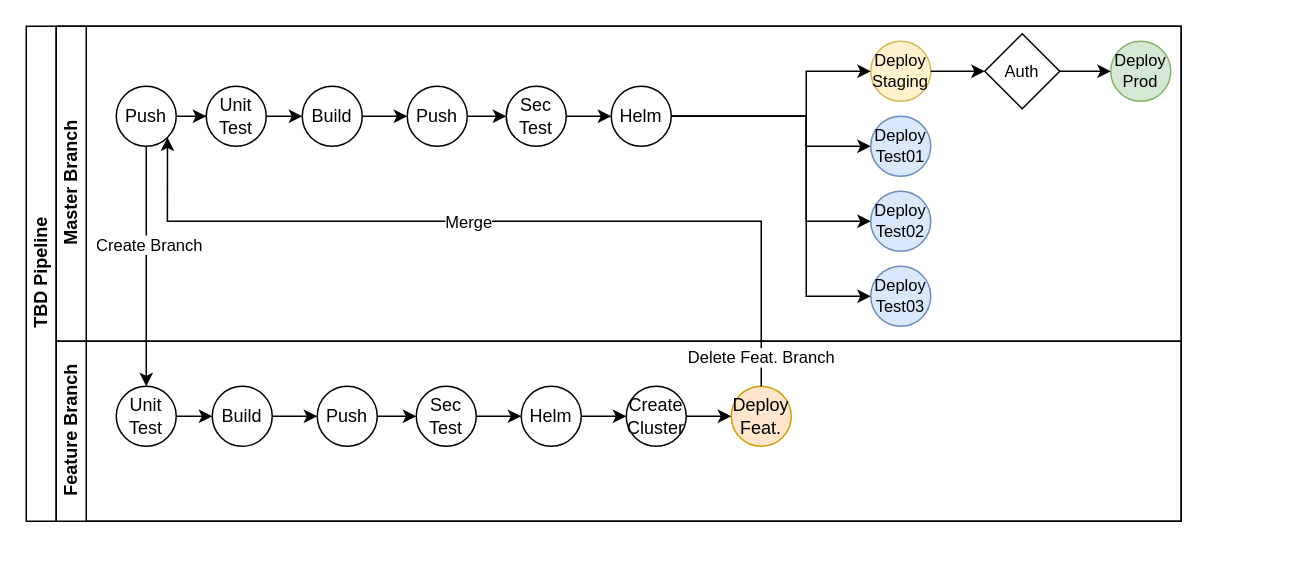
Above: tbd-process-v1.drawio in alexismaior/diagrams (draw.io), before the change. Source tidied: cells renumbered, new cells numbered last; positions are measured from the earlier drawing's top-left corner, leaving out a move shared by most shapes. Both pictures are drawn from the tidied source at 150%, with x=0, y=0 at pixel (26, 26).
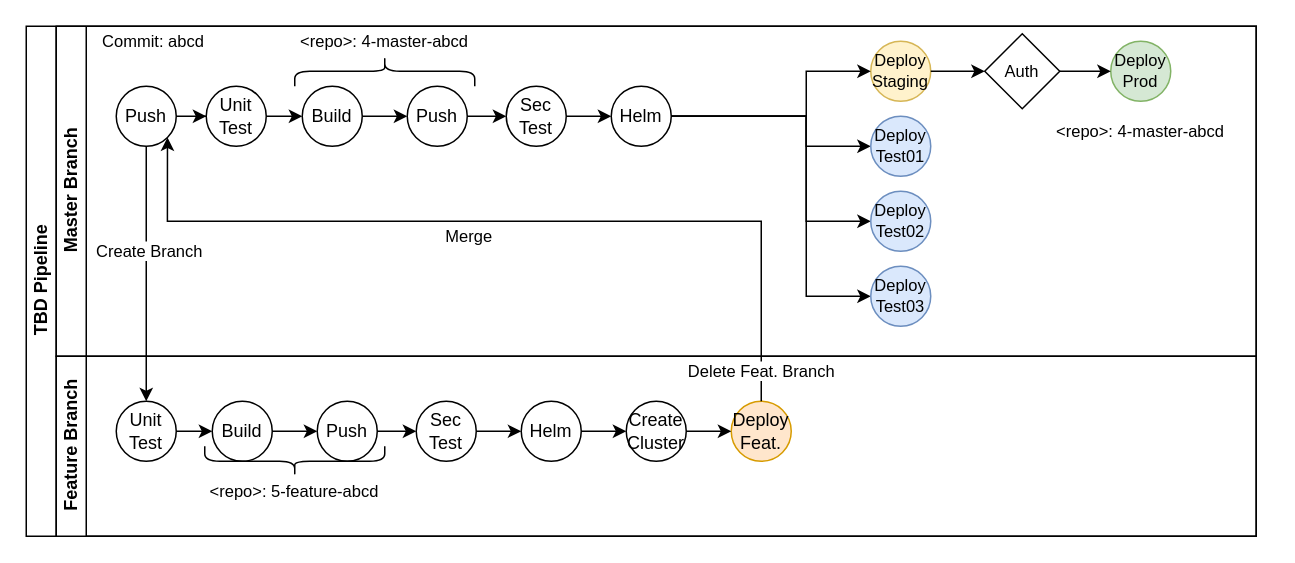
The same page after the edit.

Diff of the diagram source:
```diff
@@
     <mxCell id="2" value="TBD Pipeline" style="swimlane;html=1;horizontal=0;startSize=20;" parent="1" vertex="1">
-      <mxGeometry width="770" height="330" as="geometry" />
+      <mxGeometry width="820" height="340" as="geometry" />
     </mxCell>
     <mxCell id="3" value="Master Branch" style="swimlane;html=1;startSize=20;horizontal=0;" parent="2" vertex="1">
-      <mxGeometry x="20" width="750" height="210" as="geometry" />
+      <mxGeometry x="20" width="800" height="220" as="geometry" />
     </mxCell>
@@
+    <mxCell id="47" value="&amp;lt;repo&amp;gt;: 4-master-abcd" style="text;html=1;strokeColor=none;fillColor=none;align=center;verticalAlign=middle;whiteSpace=wrap;rounded=0;fontSize=11;" parent="3" vertex="1">
+      <mxGeometry x="658" y="60" width="130" height="20" as="geometry" />
+    </mxCell>
@@
+    <mxCell id="48" value="&amp;lt;repo&amp;gt;: 4-master-abcd" style="text;html=1;strokeColor=none;fillColor=none;align=center;verticalAlign=middle;whiteSpace=wrap;rounded=0;fontSize=11;" parent="3" vertex="1">
+      <mxGeometry x="154" width="130" height="20" as="geometry" />
+    </mxCell>
+    <mxCell id="49" value="Commit: abcd" style="text;html=1;strokeColor=none;fillColor=none;align=center;verticalAlign=middle;whiteSpace=wrap;rounded=0;fontSize=11;" parent="3" vertex="1">
+      <mxGeometry x="20" width="90" height="20" as="geometry" />
+    </mxCell>
+    <mxCell id="50" style="shape=curlyBracket;whiteSpace=wrap;html=1;rounded=1;fillColor=#66B2FF;fontSize=11;rotation=90;" parent="3" vertex="1">
+      <mxGeometry x="209" y="-30" width="20" height="120" as="geometry" />
+    </mxCell>
@@
     <mxCell id="25" value="Feature Branch" style="swimlane;html=1;startSize=20;horizontal=0;" parent="2" vertex="1">
-      <mxGeometry x="20" y="210" width="750" height="120" as="geometry" />
+      <mxGeometry x="20" y="220" width="800" height="120" as="geometry" />
     </mxCell>
@@
+    <mxCell id="51" style="shape=curlyBracket;whiteSpace=wrap;html=1;rounded=1;fillColor=#66B2FF;fontSize=11;rotation=-90;" parent="1" vertex="1">
+      <mxGeometry x="169" y="230" width="20" height="120" as="geometry" />
+    </mxCell>
+    <mxCell id="52" value="&amp;lt;repo&amp;gt;: 5-feature-abcd" style="text;html=1;strokeColor=none;fillColor=none;align=center;verticalAlign=middle;whiteSpace=wrap;rounded=0;fontSize=11;" parent="1" vertex="1">
+      <mxGeometry x="114" y="300" width="130" height="20" as="geometry" />
+    </mxCell>
```
